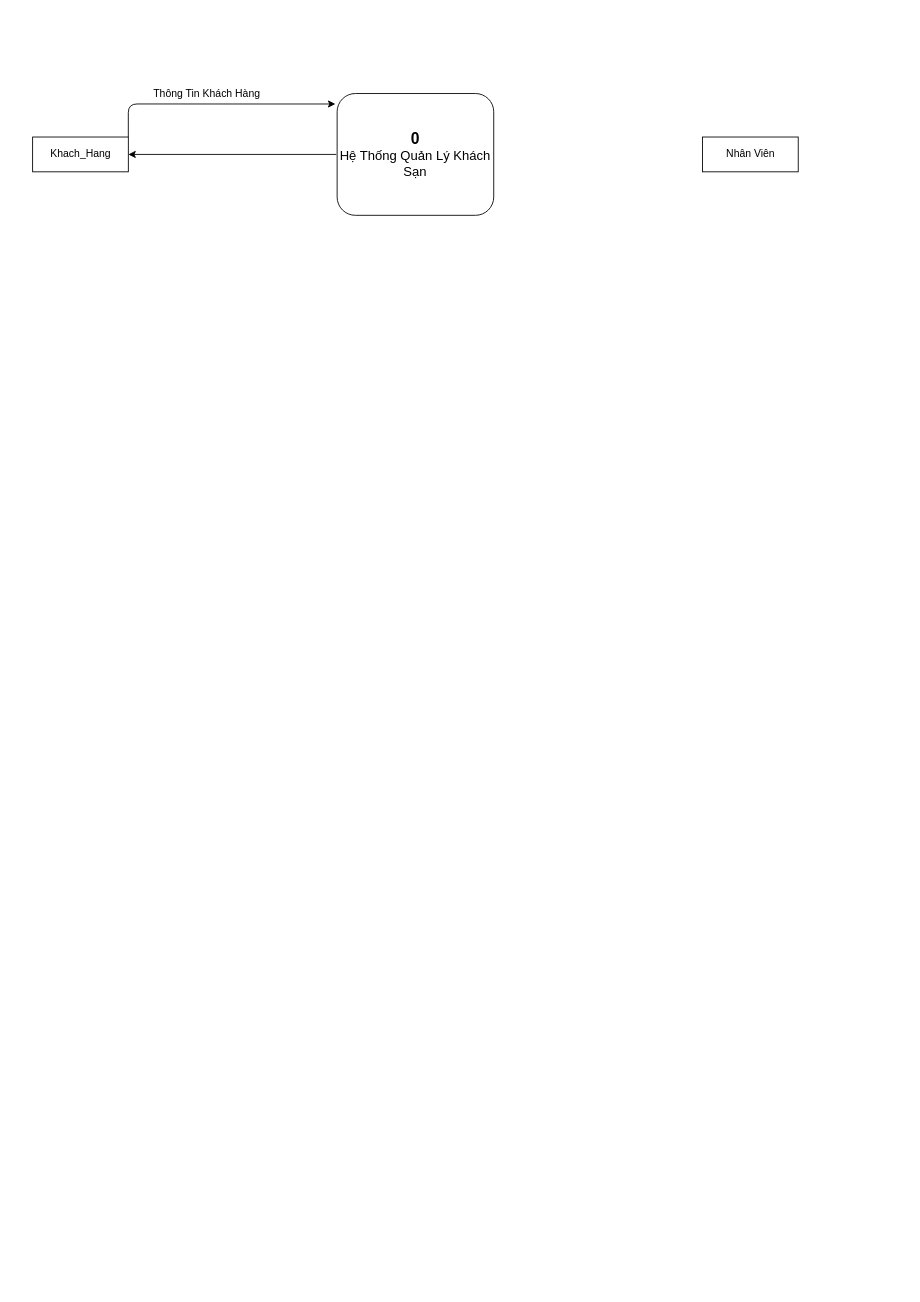
Above: Untitled Diagram.drawio in maialino123/QLKS (draw.io), before the change. Source tidied: cells renumbered, new cells numbered last; positions are measured from the earlier drawing's top-left corner, leaving out a move shared by most shapes. Both pictures are drawn from the tidied source at 87%, with x=0, y=0 at pixel (32, 84).
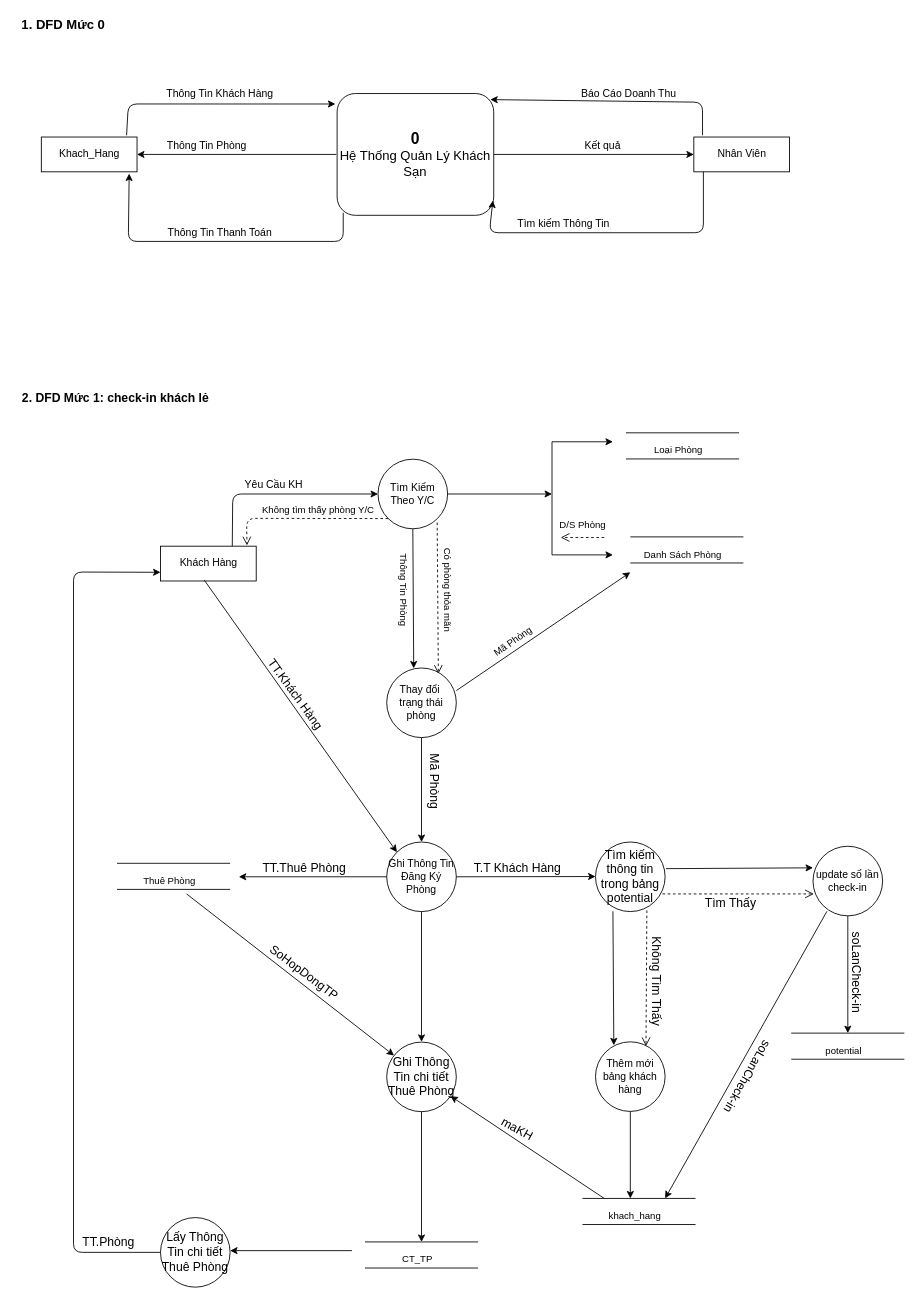
After the change.

Unchanged cells that the change refers to:
```xml
<mxCell id="4" value="&lt;font&gt;&lt;span style=&quot;font-weight: bold ; font-size: 18px&quot;&gt;0&lt;/span&gt;&lt;br&gt;&lt;font style=&quot;font-size: 15px&quot;&gt;Hệ Thống Quản Lý Khách Sạn&lt;/font&gt;&lt;br&gt;&lt;/font&gt;" style="rounded=1;whiteSpace=wrap;html=1;align=center;" parent="1" vertex="1">
  <mxGeometry x="350" y="10" width="180" height="140" as="geometry" />
</mxCell>
```

Change to the diagram source:
```diff
@@
     <mxCell id="2" value="Khach_Hang" style="html=1;" parent="1" vertex="1">
-      <mxGeometry y="60" width="110" height="40" as="geometry" />
+      <mxGeometry x="10" y="60" width="110" height="40" as="geometry" />
     </mxCell>
     <mxCell id="3" value="Nhân Viên" style="html=1;" parent="1" vertex="1">
-      <mxGeometry x="770" y="60" width="110" height="40" as="geometry" />
+      <mxGeometry x="760" y="60" width="110" height="40" as="geometry" />
     </mxCell>
@@
-    <mxCell id="5" style="endArrow=classic;html=1;entryX=-0.011;entryY=0.086;entryDx=0;entryDy=0;entryPerimeter=0;exitX=1;exitY=0;exitDx=0;exitDy=0;" parent="1" edge="1" source="2" target="4">
+    <mxCell id="5" style="endArrow=classic;html=1;entryX=-0.011;entryY=0.086;entryDx=0;entryDy=0;entryPerimeter=0;exitX=0.891;exitY=-0.05;exitDx=0;exitDy=0;exitPerimeter=0;" parent="1" edge="1" source="2" target="4">
       <mxGeometry relative="1" as="geometry">
         <Array as="points">
           <mxPoint x="110" y="22" />
         </Array>
       </mxGeometry>
     </mxCell>
     <mxCell id="6" value="Thông Tin Khách Hàng" style="text;html=1;align=center;verticalAlign=middle;" parent="1" vertex="1">
-      <mxGeometry x="130" width="140" height="20" as="geometry" />
+      <mxGeometry x="145" width="140" height="20" as="geometry" />
     </mxCell>
-    <mxCell id="7" style="endArrow=classic;html=1;entryX=1;entryY=0.5;entryDx=0;entryDy=0;" parent="1" edge="1" target="2">
+    <mxCell id="7" style="endArrow=classic;html=1;" parent="1" edge="1">
       <mxGeometry relative="1" as="geometry">
         <mxPoint x="349" y="80" as="sourcePoint" />
+        <mxPoint x="120" y="80" as="targetPoint" />
       </mxGeometry>
     </mxCell>
+    <mxCell id="8" value="Thông Tin Phòng" style="text;html=1;align=center;verticalAlign=middle;" parent="1" vertex="1">
+      <mxGeometry x="145" y="60" width="110" height="20" as="geometry" />
+    </mxCell>
+    <mxCell id="9" style="endArrow=classic;html=1;exitX=0.039;exitY=0.979;exitDx=0;exitDy=0;exitPerimeter=0;entryX=0.918;entryY=1.05;entryDx=0;entryDy=0;entryPerimeter=0;" parent="1" edge="1" source="4" target="2">
+      <mxGeometry relative="1" as="geometry">
+        <Array as="points">
+          <mxPoint x="357" y="180" />
+          <mxPoint x="110" y="180" />
+        </Array>
+      </mxGeometry>
+    </mxCell>
+    <mxCell id="10" value="Thông Tin Thanh Toán" style="text;html=1;align=center;verticalAlign=middle;" parent="1" vertex="1">
+      <mxGeometry x="145" y="160" width="140" height="20" as="geometry" />
+    </mxCell>
+    <mxCell id="11" style="endArrow=classic;html=1;entryX=0.978;entryY=0.05;entryDx=0;entryDy=0;entryPerimeter=0;" parent="1" edge="1" target="4">
+      <mxGeometry relative="1" as="geometry">
+        <mxPoint x="770" y="58" as="sourcePoint" />
+        <Array as="points">
+          <mxPoint x="770" y="20" />
+        </Array>
+      </mxGeometry>
+    </mxCell>
+    <mxCell id="12" value="Báo Cáo Doanh Thu" style="text;html=1;align=center;verticalAlign=middle;" parent="1" vertex="1">
+      <mxGeometry x="625" width="120" height="20" as="geometry" />
+    </mxCell>
+    <mxCell id="13" style="endArrow=classic;html=1;" parent="1" edge="1">
+      <mxGeometry relative="1" as="geometry">
+        <mxPoint x="771" y="100" as="sourcePoint" />
+        <mxPoint x="529" y="133" as="targetPoint" />
+        <Array as="points">
+          <mxPoint x="771" y="170" />
+          <mxPoint x="525" y="170" />
+        </Array>
+      </mxGeometry>
+    </mxCell>
+    <mxCell id="14" value="Tìm kiếm Thông Tin" style="text;html=1;align=center;verticalAlign=middle;" parent="1" vertex="1">
+      <mxGeometry x="550" y="150" width="120" height="20" as="geometry" />
+    </mxCell>
+    <mxCell id="15" style="endArrow=classic;html=1;exitX=1;exitY=0.5;exitDx=0;exitDy=0;entryX=0;entryY=0.5;entryDx=0;entryDy=0;" parent="1" edge="1" source="4" target="3">
+      <mxGeometry relative="1" as="geometry" />
+    </mxCell>
+    <mxCell id="16" value="Kết quả" style="text;html=1;align=center;verticalAlign=middle;" parent="1" vertex="1">
+      <mxGeometry x="625" y="60" width="60" height="20" as="geometry" />
+    </mxCell>
+    <mxCell id="17" value="&lt;b&gt;&lt;font style=&quot;font-size: 15px&quot;&gt;1. DFD Mức 0&lt;/font&gt;&lt;/b&gt;" style="text;html=1;align=center;verticalAlign=middle;" parent="1" vertex="1">
+      <mxGeometry x="-20" y="-80" width="110" height="20" as="geometry" />
+    </mxCell>
+    <mxCell id="18" value="&lt;b style=&quot;font-size: 14px;&quot;&gt;2. DFD Mức 1: check-in khách lẻ&lt;/b&gt;" style="text;html=1;align=center;verticalAlign=middle;fontSize=14;" parent="1" vertex="1">
+      <mxGeometry x="-20" y="350" width="230" height="20" as="geometry" />
+    </mxCell>
+    <mxCell id="19" value="Khách Hàng" style="html=1;" parent="1" vertex="1">
+      <mxGeometry x="147" y="530.3" width="110" height="40" as="geometry" />
+    </mxCell>
+    <mxCell id="20" style="endArrow=classic;html=1;exitX=0.75;exitY=0;exitDx=0;exitDy=0;" parent="1" edge="1" source="19">
+      <mxGeometry relative="1" as="geometry">
+        <mxPoint x="397" y="470.3" as="targetPoint" />
+        <Array as="points">
+          <mxPoint x="230" y="470.3" />
+        </Array>
+      </mxGeometry>
+    </mxCell>
+    <mxCell id="21" value="Yêu Cầu KH" style="text;html=1;align=center;verticalAlign=middle;" parent="1" vertex="1">
+      <mxGeometry x="237" y="450.3" width="80" height="20" as="geometry" />
+    </mxCell>
+    <mxCell id="22" value="Tìm Kiếm Theo Y/C" style="ellipse;whiteSpace=wrap;html=1;align=center;" parent="1" vertex="1">
+      <mxGeometry x="397" y="430.3" width="80" height="80" as="geometry" />
+    </mxCell>
+    <mxCell id="23" style="endArrow=classic;html=1;exitX=1;exitY=0.5;exitDx=0;exitDy=0;" parent="1" edge="1" source="22">
+      <mxGeometry relative="1" as="geometry">
+        <mxPoint x="597" y="470.3" as="targetPoint" />
+      </mxGeometry>
+    </mxCell>
+    <mxCell id="24" style="endArrow=none;html=1;" parent="1" edge="1">
+      <mxGeometry relative="1" as="geometry">
+        <mxPoint x="597" y="410.3" as="sourcePoint" />
+        <mxPoint x="597" y="540.3" as="targetPoint" />
+      </mxGeometry>
+    </mxCell>
+    <mxCell id="25" style="endArrow=none;html=1;" parent="1" edge="1">
+      <mxGeometry relative="1" as="geometry">
+        <mxPoint x="682" y="400" as="sourcePoint" />
+        <mxPoint x="812" y="400" as="targetPoint" />
+      </mxGeometry>
+    </mxCell>
+    <mxCell id="26" style="endArrow=none;html=1;" parent="1" edge="1">
+      <mxGeometry relative="1" as="geometry">
+        <mxPoint x="682" y="430" as="sourcePoint" />
+        <mxPoint x="812" y="430" as="targetPoint" />
+      </mxGeometry>
+    </mxCell>
+    <mxCell id="27" style="endArrow=none;html=1;" parent="1" edge="1">
+      <mxGeometry relative="1" as="geometry">
+        <mxPoint x="687" y="519.6" as="sourcePoint" />
+        <mxPoint x="817" y="519.6" as="targetPoint" />
+      </mxGeometry>
+    </mxCell>
+    <mxCell id="28" style="endArrow=none;html=1;" parent="1" edge="1">
+      <mxGeometry relative="1" as="geometry">
+        <mxPoint x="687" y="549.6" as="sourcePoint" />
+        <mxPoint x="817" y="549.6" as="targetPoint" />
+      </mxGeometry>
+    </mxCell>
+    <mxCell id="29" style="endArrow=classic;html=1;" parent="1" edge="1">
+      <mxGeometry relative="1" as="geometry">
+        <mxPoint x="597" y="410.3" as="sourcePoint" />
+        <mxPoint x="667" y="410.3" as="targetPoint" />
+      </mxGeometry>
+    </mxCell>
+    <mxCell id="30" style="endArrow=classic;html=1;" parent="1" edge="1">
+      <mxGeometry relative="1" as="geometry">
+        <mxPoint x="597" y="540.3" as="sourcePoint" />
+        <mxPoint x="667" y="540.3" as="targetPoint" />
+      </mxGeometry>
+    </mxCell>
+    <mxCell id="31" value="Loại Phòng" style="text;html=1;align=center;verticalAlign=middle;fontSize=11;" parent="1" vertex="1">
+      <mxGeometry x="707" y="410.3" width="70" height="20" as="geometry" />
+    </mxCell>
+    <mxCell id="32" value="Danh Sách Phòng" style="text;html=1;align=center;verticalAlign=middle;fontSize=11;" parent="1" vertex="1">
+      <mxGeometry x="697" y="530.3" width="100" height="20" as="geometry" />
+    </mxCell>
+    <mxCell id="33" value="D/S Phòng" style="html=1;verticalAlign=bottom;endArrow=open;dashed=1;endSize=8;fontSize=11;" parent="1" edge="1">
+      <mxGeometry x="-0.01" y="-5" relative="1" as="geometry">
+        <mxPoint x="657" y="520.3" as="sourcePoint" />
+        <mxPoint x="607" y="520.3" as="targetPoint" />
+      </mxGeometry>
+    </mxCell>
+    <mxCell id="34" value="Không tìm thấy phòng Y/C" style="html=1;verticalAlign=bottom;endArrow=open;dashed=1;endSize=8;fontSize=11;entryX=0.903;entryY=-0.022;entryDx=0;entryDy=0;entryPerimeter=0;exitX=0;exitY=1;exitDx=0;exitDy=0;" parent="1" edge="1" source="22" target="19">
+      <mxGeometry x="-0.16" relative="1" as="geometry">
+        <Array as="points">
+          <mxPoint x="246" y="498.3" />
+        </Array>
+      </mxGeometry>
+    </mxCell>
+    <mxCell id="35" style="html=1;verticalAlign=bottom;endArrow=open;dashed=1;endSize=8;fontSize=11;exitX=0.85;exitY=0.911;exitDx=0;exitDy=0;exitPerimeter=0;entryX=0.742;entryY=0.084;entryDx=0;entryDy=0;entryPerimeter=0;" parent="1" edge="1" source="22" target="38">
+      <mxGeometry x="-0.1" y="22" relative="1" as="geometry" />
+    </mxCell>
+    <mxCell id="36" value="Có phòng thỏa mãn" style="text;html=1;align=center;verticalAlign=middle;fontSize=11;rotation=90;" parent="1" vertex="1">
+      <mxGeometry x="422" y="570.3" width="110" height="20" as="geometry" />
+    </mxCell>
+    <mxCell id="37" value="Thông Tin Phòng" style="text;html=1;align=center;verticalAlign=middle;fontSize=11;rotation=90;" parent="1" vertex="1">
+      <mxGeometry x="377" y="570.3" width="100" height="20" as="geometry" />
+    </mxCell>
+    <mxCell id="38" value="Thay đổi&amp;nbsp; trạng thái phòng" style="ellipse;whiteSpace=wrap;html=1;align=center;" parent="1" vertex="1">
+      <mxGeometry x="407" y="670.3" width="80" height="80" as="geometry" />
+    </mxCell>
+    <mxCell id="39" style="endArrow=classic;html=1;fontSize=11;entryX=0.388;entryY=0.006;entryDx=0;entryDy=0;entryPerimeter=0;exitX=0.5;exitY=1;exitDx=0;exitDy=0;" parent="1" edge="1" source="22" target="38">
+      <mxGeometry relative="1" as="geometry" />
+    </mxCell>
+    <mxCell id="40" style="endArrow=classic;html=1;fontSize=11;exitX=1;exitY=0.325;exitDx=0;exitDy=0;exitPerimeter=0;" parent="1" edge="1" source="38">
+      <mxGeometry relative="1" as="geometry">
+        <mxPoint x="687" y="560.3" as="targetPoint" />
+      </mxGeometry>
+    </mxCell>
+    <mxCell id="41" value="Mã Phòng" style="text;html=1;align=center;verticalAlign=middle;fontSize=11;rotation=325;" parent="1" vertex="1">
+      <mxGeometry x="517" y="630.3" width="70" height="20" as="geometry" />
+    </mxCell>
+    <mxCell id="42" style="endArrow=classic;html=1;fontSize=14;exitX=0.5;exitY=1;exitDx=0;exitDy=0;" parent="1" edge="1" source="38" target="44">
+      <mxGeometry relative="1" as="geometry" />
+    </mxCell>
+    <mxCell id="43" style="endArrow=classic;html=1;fontSize=14;exitX=0.458;exitY=0.978;exitDx=0;exitDy=0;exitPerimeter=0;entryX=0;entryY=0;entryDx=0;entryDy=0;" parent="1" edge="1" source="19" target="44">
+      <mxGeometry relative="1" as="geometry" />
+    </mxCell>
+    <mxCell id="44" value="Ghi Thông Tin Đăng Ký Phòng" style="ellipse;whiteSpace=wrap;html=1;" parent="1" vertex="1">
+      <mxGeometry x="407" y="870.3" width="80" height="80" as="geometry" />
+    </mxCell>
+    <mxCell id="45" value="TT.Khách Hàng" style="text;html=1;align=center;verticalAlign=middle;fontSize=14;rotation=54;" parent="1" vertex="1">
+      <mxGeometry x="247" y="690.3" width="110" height="20" as="geometry" />
+    </mxCell>
+    <mxCell id="46" value="Mã Phòng" style="text;html=1;align=center;verticalAlign=middle;fontSize=14;rotation=90;" parent="1" vertex="1">
+      <mxGeometry x="422" y="790.3" width="80" height="20" as="geometry" />
+    </mxCell>
+    <mxCell id="47" style="endArrow=classic;html=1;fontSize=14;" parent="1" edge="1" source="44">
+      <mxGeometry relative="1" as="geometry">
+        <mxPoint x="237" y="910.3" as="targetPoint" />
+      </mxGeometry>
+    </mxCell>
+    <mxCell id="48" style="endArrow=none;html=1;" parent="1" edge="1">
+      <mxGeometry relative="1" as="geometry">
+        <mxPoint x="97" y="894.8" as="sourcePoint" />
+        <mxPoint x="227" y="894.8" as="targetPoint" />
+      </mxGeometry>
+    </mxCell>
+    <mxCell id="49" style="endArrow=none;html=1;" parent="1" edge="1">
+      <mxGeometry relative="1" as="geometry">
+        <mxPoint x="97" y="924.8" as="sourcePoint" />
+        <mxPoint x="227" y="924.8" as="targetPoint" />
+      </mxGeometry>
+    </mxCell>
+    <mxCell id="50" value="Thuê Phòng" style="text;html=1;align=center;verticalAlign=middle;fontSize=11;" parent="1" vertex="1">
+      <mxGeometry x="117" y="905.2" width="80" height="20" as="geometry" />
+    </mxCell>
+    <mxCell id="51" value="TT.Thuê Phòng" style="text;html=1;align=center;verticalAlign=middle;fontSize=14;" parent="1" vertex="1">
+      <mxGeometry x="257" y="890.3" width="110" height="20" as="geometry" />
+    </mxCell>
+    <mxCell id="52" style="endArrow=classic;html=1;fontSize=14;exitX=1;exitY=0.5;exitDx=0;exitDy=0;" parent="1" edge="1" source="44">
+      <mxGeometry relative="1" as="geometry">
+        <mxPoint x="647" y="910" as="targetPoint" />
+      </mxGeometry>
+    </mxCell>
+    <mxCell id="53" value="T.T Khách Hàng" style="text;html=1;align=center;verticalAlign=middle;fontSize=14;" parent="1" vertex="1">
+      <mxGeometry x="497" y="890.3" width="120" height="20" as="geometry" />
+    </mxCell>
+    <mxCell id="54" value="Tìm kiếm thông tin trong bảng potential" style="ellipse;whiteSpace=wrap;html=1;fontSize=14;align=center;" parent="1" vertex="1">
+      <mxGeometry x="647" y="870.3" width="80" height="80" as="geometry" />
+    </mxCell>
+    <mxCell id="55" style="html=1;verticalAlign=bottom;endArrow=open;dashed=1;endSize=8;fontSize=11;exitX=0.738;exitY=0.983;exitDx=0;exitDy=0;exitPerimeter=0;entryX=0.725;entryY=0.063;entryDx=0;entryDy=0;entryPerimeter=0;" parent="1" edge="1" source="54" target="61">
+      <mxGeometry x="-0.1" y="22" relative="1" as="geometry" />
+    </mxCell>
+    <mxCell id="56" style="html=1;verticalAlign=bottom;endArrow=open;dashed=1;endSize=8;fontSize=11;" parent="1" edge="1">
+      <mxGeometry x="-0.1" y="22" relative="1" as="geometry">
+        <mxPoint x="724" y="930" as="sourcePoint" />
+        <mxPoint x="898" y="930" as="targetPoint" />
+      </mxGeometry>
+    </mxCell>
+    <mxCell id="57" value="Tìm Thấy" style="text;html=1;align=center;verticalAlign=middle;fontSize=14;" parent="1" vertex="1">
+      <mxGeometry x="767" y="930.3" width="70" height="20" as="geometry" />
+    </mxCell>
+    <mxCell id="58" style="endArrow=classic;html=1;fontSize=14;exitX=1.013;exitY=0.383;exitDx=0;exitDy=0;exitPerimeter=0;entryX=0;entryY=0.31;entryDx=0;entryDy=0;entryPerimeter=0;" parent="1" edge="1" source="54" target="59">
+      <mxGeometry relative="1" as="geometry" />
+    </mxCell>
+    <mxCell id="59" value="update số lần check-in" style="ellipse;whiteSpace=wrap;html=1;" parent="1" vertex="1">
+      <mxGeometry x="897" y="875.2" width="80" height="80" as="geometry" />
+    </mxCell>
+    <mxCell id="60" value="Không Tìm Thấy" style="text;html=1;align=center;verticalAlign=middle;fontSize=14;rotation=90;" parent="1" vertex="1">
+      <mxGeometry x="657" y="1020" width="120" height="20" as="geometry" />
+    </mxCell>
+    <mxCell id="61" value="Thêm mới bảng khách hàng" style="ellipse;whiteSpace=wrap;html=1;" parent="1" vertex="1">
+      <mxGeometry x="647" y="1100" width="80" height="80" as="geometry" />
+    </mxCell>
+    <mxCell id="62" style="endArrow=classic;html=1;fontSize=14;exitX=0.25;exitY=0.996;exitDx=0;exitDy=0;exitPerimeter=0;entryX=0.263;entryY=0.05;entryDx=0;entryDy=0;entryPerimeter=0;" parent="1" edge="1" source="54" target="61">
+      <mxGeometry relative="1" as="geometry" />
+    </mxCell>
+    <mxCell id="63" style="endArrow=none;html=1;" parent="1" edge="1">
+      <mxGeometry relative="1" as="geometry">
+        <mxPoint x="632" y="1280" as="sourcePoint" />
+        <mxPoint x="762" y="1280" as="targetPoint" />
+      </mxGeometry>
+    </mxCell>
+    <mxCell id="64" style="endArrow=none;html=1;" parent="1" edge="1">
+      <mxGeometry relative="1" as="geometry">
+        <mxPoint x="632" y="1310" as="sourcePoint" />
+        <mxPoint x="762" y="1310" as="targetPoint" />
+      </mxGeometry>
+    </mxCell>
+    <mxCell id="65" value="khach_hang" style="text;html=1;align=center;verticalAlign=middle;fontSize=11;" parent="1" vertex="1">
+      <mxGeometry x="652" y="1290.3" width="80" height="20" as="geometry" />
+    </mxCell>
+    <mxCell id="66" style="endArrow=classic;html=1;fontSize=14;exitX=0.5;exitY=1;exitDx=0;exitDy=0;" parent="1" edge="1" source="61">
+      <mxGeometry relative="1" as="geometry">
+        <mxPoint x="687" y="1280" as="targetPoint" />
+      </mxGeometry>
+    </mxCell>
+    <mxCell id="67" style="endArrow=classic;html=1;fontSize=14;exitX=0.5;exitY=1;exitDx=0;exitDy=0;" parent="1" edge="1" source="59">
+      <mxGeometry relative="1" as="geometry">
+        <mxPoint x="937" y="1090" as="targetPoint" />
+      </mxGeometry>
+    </mxCell>
+    <mxCell id="68" value="soLanCheck-in" style="text;html=1;align=center;verticalAlign=middle;fontSize=14;rotation=90;" parent="1" vertex="1">
+      <mxGeometry x="892" y="1010" width="110" height="20" as="geometry" />
+    </mxCell>
+    <mxCell id="69" style="endArrow=none;html=1;" parent="1" edge="1">
+      <mxGeometry relative="1" as="geometry">
+        <mxPoint x="872" y="1090" as="sourcePoint" />
+        <mxPoint x="1002" y="1090" as="targetPoint" />
+      </mxGeometry>
+    </mxCell>
+    <mxCell id="70" style="endArrow=none;html=1;" parent="1" edge="1">
+      <mxGeometry relative="1" as="geometry">
+        <mxPoint x="872" y="1120" as="sourcePoint" />
+        <mxPoint x="1002" y="1120" as="targetPoint" />
+      </mxGeometry>
+    </mxCell>
+    <mxCell id="71" value="potential" style="text;html=1;align=center;verticalAlign=middle;fontSize=11;" parent="1" vertex="1">
+      <mxGeometry x="902" y="1100.3" width="60" height="20" as="geometry" />
+    </mxCell>
+    <mxCell id="72" style="endArrow=classic;html=1;fontSize=14;exitX=0.2;exitY=0.935;exitDx=0;exitDy=0;exitPerimeter=0;" parent="1" edge="1" source="59">
+      <mxGeometry relative="1" as="geometry">
+        <mxPoint x="727" y="1280" as="targetPoint" />
+      </mxGeometry>
+    </mxCell>
+    <mxCell id="73" value="soLanCheck-in" style="text;html=1;align=center;verticalAlign=middle;fontSize=14;rotation=120;" parent="1" vertex="1">
+      <mxGeometry x="767" y="1130" width="110" height="20" as="geometry" />
+    </mxCell>
+    <mxCell id="74" style="endArrow=classic;html=1;fontSize=14;exitX=0.5;exitY=1;exitDx=0;exitDy=0;" parent="1" edge="1" source="44">
+      <mxGeometry relative="1" as="geometry">
+        <mxPoint x="447" y="1100" as="targetPoint" />
+      </mxGeometry>
+    </mxCell>
+    <mxCell id="75" value="Ghi Thông Tin chi tiết Thuê Phòng" style="ellipse;whiteSpace=wrap;html=1;fontSize=14;align=center;" parent="1" vertex="1">
+      <mxGeometry x="407" y="1100.3" width="80" height="80" as="geometry" />
+    </mxCell>
+    <mxCell id="76" style="endArrow=classic;html=1;fontSize=14;" parent="1" edge="1" target="75">
+      <mxGeometry relative="1" as="geometry">
+        <mxPoint x="657" y="1280" as="sourcePoint" />
+      </mxGeometry>
+    </mxCell>
+    <mxCell id="77" value="maKH" style="text;html=1;align=center;verticalAlign=middle;fontSize=14;rotation=29;" parent="1" vertex="1">
+      <mxGeometry x="532" y="1190" width="50" height="20" as="geometry" />
+    </mxCell>
+    <mxCell id="78" style="endArrow=classic;html=1;fontSize=14;" parent="1" edge="1" target="75">
+      <mxGeometry relative="1" as="geometry">
+        <mxPoint x="177" y="930" as="sourcePoint" />
+      </mxGeometry>
+    </mxCell>
+    <mxCell id="79" value="SoHopDongTP" style="text;html=1;align=center;verticalAlign=middle;fontSize=14;rotation=37;" parent="1" vertex="1">
+      <mxGeometry x="257" y="1010" width="110" height="20" as="geometry" />
+    </mxCell>
+    <mxCell id="80" style="endArrow=classic;html=1;fontSize=14;exitX=0.5;exitY=1;exitDx=0;exitDy=0;" parent="1" edge="1" source="75">
+      <mxGeometry relative="1" as="geometry">
+        <mxPoint x="447" y="1330" as="targetPoint" />
+      </mxGeometry>
+    </mxCell>
+    <mxCell id="81" style="endArrow=none;html=1;" parent="1" edge="1">
+      <mxGeometry relative="1" as="geometry">
+        <mxPoint x="382" y="1330" as="sourcePoint" />
+        <mxPoint x="512" y="1330" as="targetPoint" />
+      </mxGeometry>
+    </mxCell>
+    <mxCell id="82" style="endArrow=none;html=1;" parent="1" edge="1">
+      <mxGeometry relative="1" as="geometry">
+        <mxPoint x="382" y="1360" as="sourcePoint" />
+        <mxPoint x="512" y="1360" as="targetPoint" />
+      </mxGeometry>
+    </mxCell>
+    <mxCell id="83" value="CT_TP" style="text;html=1;align=center;verticalAlign=middle;fontSize=11;" parent="1" vertex="1">
+      <mxGeometry x="417" y="1340.3" width="50" height="20" as="geometry" />
+    </mxCell>
+    <mxCell id="84" style="endArrow=classic;html=1;fontSize=14;" parent="1" edge="1">
+      <mxGeometry relative="1" as="geometry">
+        <mxPoint x="367" y="1340" as="sourcePoint" />
+        <mxPoint x="227" y="1340" as="targetPoint" />
+      </mxGeometry>
+    </mxCell>
+    <mxCell id="85" value="Lấy Thông Tin chi tiết Thuê Phòng" style="ellipse;whiteSpace=wrap;html=1;fontSize=14;align=center;" parent="1" vertex="1">
+      <mxGeometry x="147" y="1302" width="80" height="80" as="geometry" />
+    </mxCell>
+    <mxCell id="86" style="endArrow=classic;html=1;fontSize=14;exitX=0;exitY=0.5;exitDx=0;exitDy=0;entryX=0;entryY=0.75;entryDx=0;entryDy=0;" parent="1" edge="1" source="85" target="19">
+      <mxGeometry relative="1" as="geometry">
+        <Array as="points">
+          <mxPoint x="47" y="1342" />
+          <mxPoint x="47" y="560" />
+        </Array>
+      </mxGeometry>
+    </mxCell>
+    <mxCell id="87" value="TT.Phòng" style="text;html=1;align=center;verticalAlign=middle;fontSize=14;" parent="1" vertex="1">
+      <mxGeometry x="47" y="1320.3" width="80" height="20" as="geometry" />
+    </mxCell>
```
